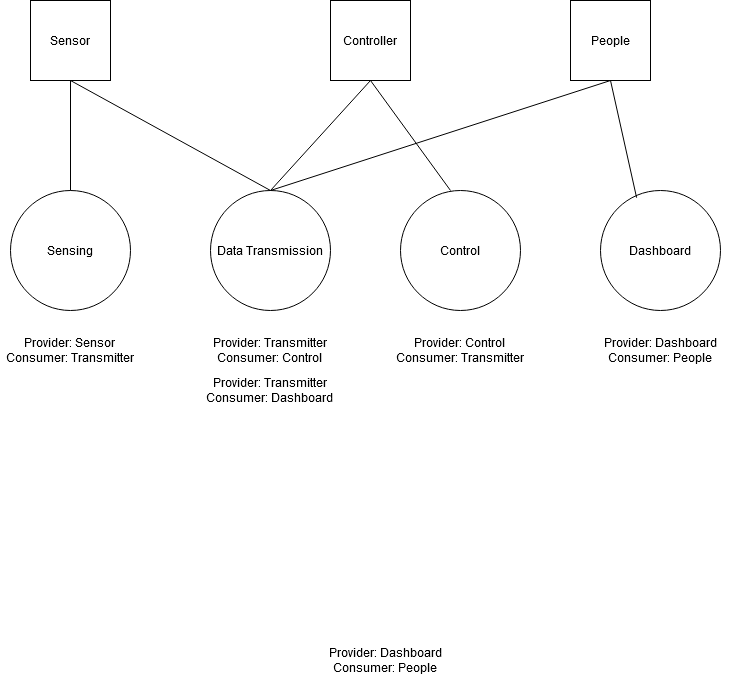
shadow17t/matkul_pabo keeps this draw.io diagram as Untitled Diagram.png. Above is the earlier version. Source tidied: cells renumbered, new cells last; positions are measured from the earlier drawing's top-left corner, leaving out a move shared by most shapes.
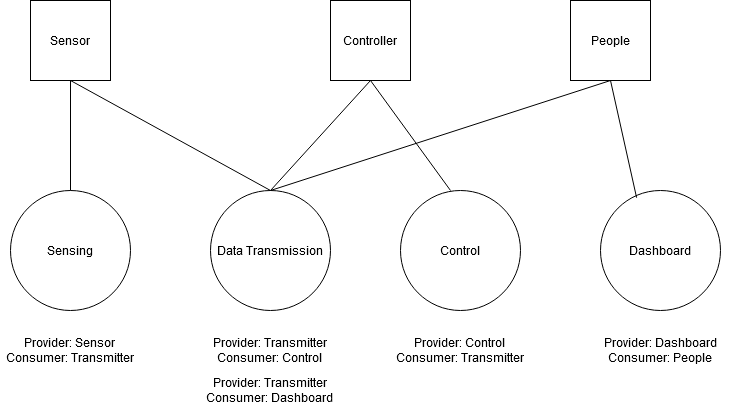
After the change.

The edit, as a diff of the source:
```diff
@@ -23,9 +23,6 @@
     <mxCell id="8" value="&lt;div&gt;Provider: Control&lt;/div&gt;&lt;div&gt;Consumer: Transmitter&lt;br&gt;&lt;/div&gt;" style="text;html=1;strokeColor=none;fillColor=none;align=center;verticalAlign=middle;whiteSpace=wrap;rounded=0;" parent="1" vertex="1">
       <mxGeometry x="385" y="340" width="150" height="20" as="geometry" />
     </mxCell>
-    <mxCell id="9" value="&lt;div&gt;Provider: Dashboard&lt;/div&gt;&lt;div&gt;Consumer: People&lt;br&gt;&lt;/div&gt;" style="text;html=1;strokeColor=none;fillColor=none;align=center;verticalAlign=middle;whiteSpace=wrap;rounded=0;" parent="1" vertex="1">
-      <mxGeometry x="310" y="650" width="150" height="20" as="geometry" />
-    </mxCell>
     <mxCell id="10" value="&lt;div&gt;Provider: Dashboard&lt;/div&gt;&lt;div&gt;Consumer: People&lt;br&gt;&lt;/div&gt;" style="text;html=1;strokeColor=none;fillColor=none;align=center;verticalAlign=middle;whiteSpace=wrap;rounded=0;" parent="1" vertex="1">
       <mxGeometry x="585" y="340" width="150" height="20" as="geometry" />
     </mxCell>
```
